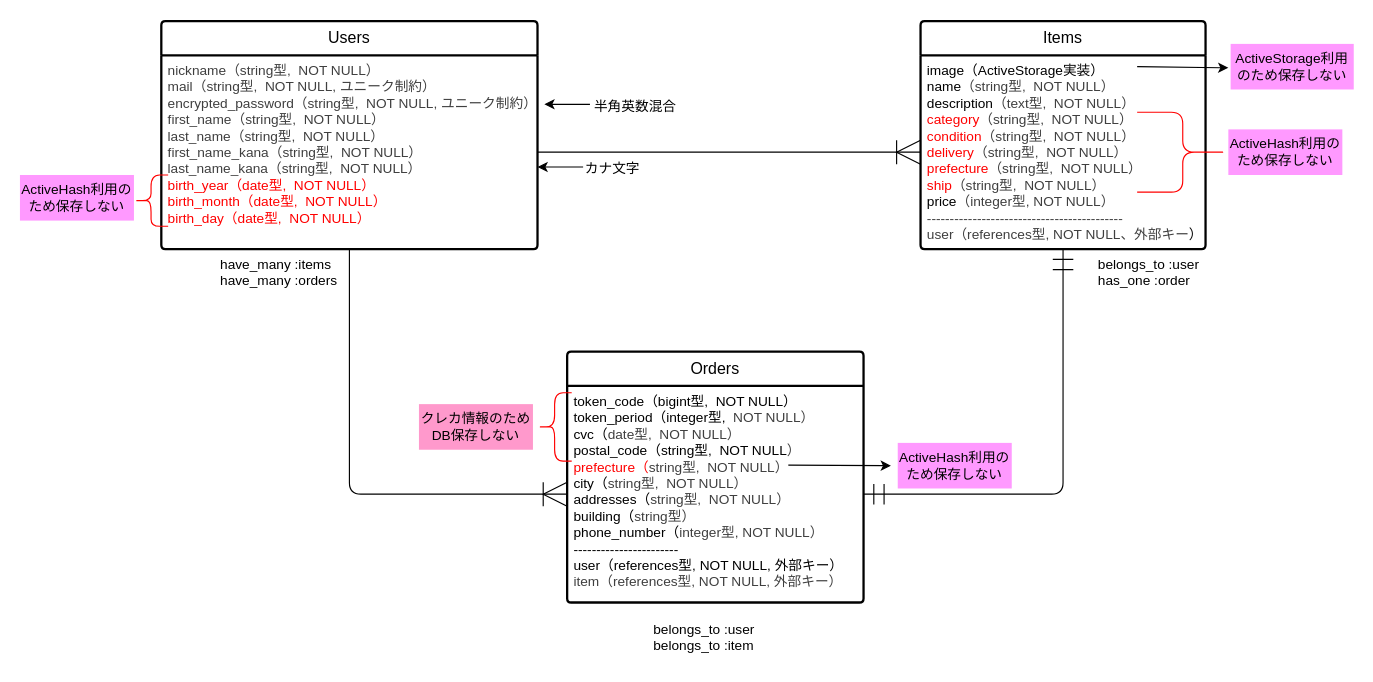
Earlier version of the draw.io diagram ER.dio (tarbow-M/furima-46539). Source tidied: cells renumbered, new cells numbered last; positions are measured from the earlier drawing's top-left corner, leaving out a move shared by most shapes. Both pictures are drawn from the tidied source at 114%, with x=0, y=0 at pixel (19, 21).
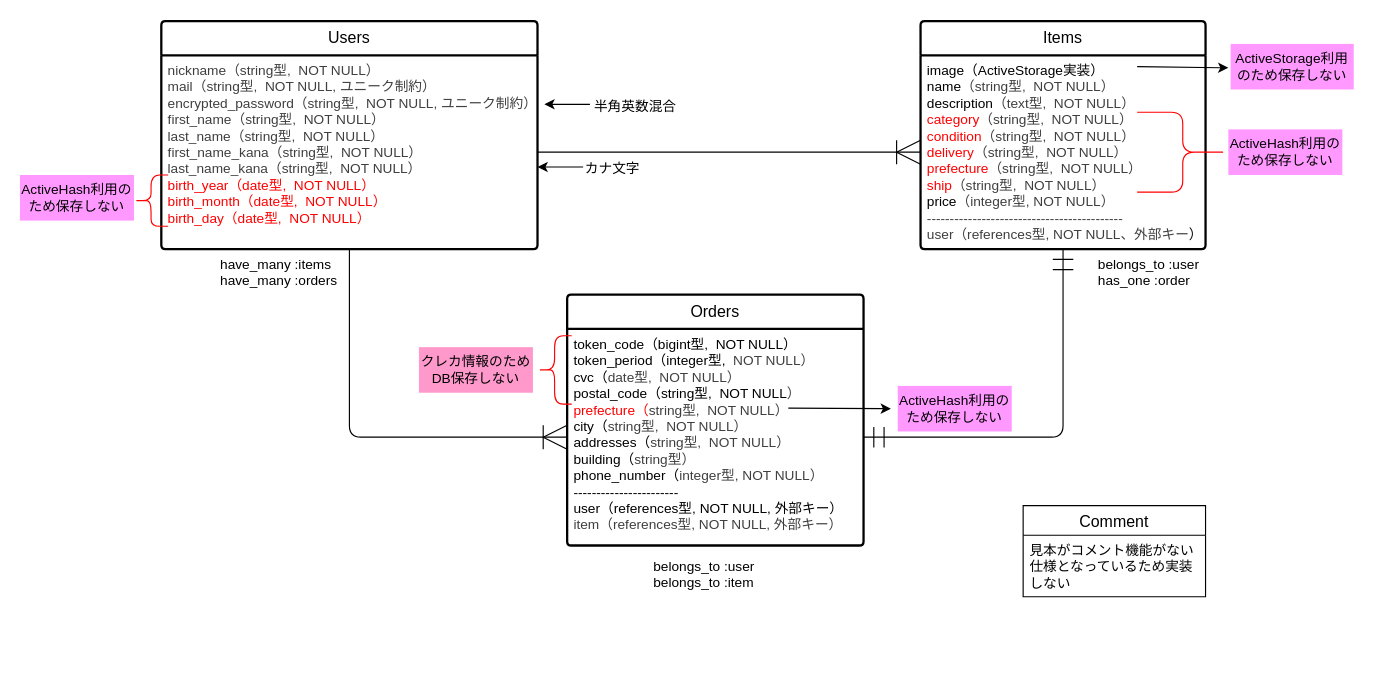
Above is the later version.

Commit message:
データベース設計_修正1

【what】
ER図、READMEを作成したためコードレビューのほどお願いいたします。
（コメントテーブルを今回作成しない旨をER図に追加いたしました。修正1からご確認いただければと思います。）

【why】
データベース設計のため

【ER図URL】

The edit, as a diff of the source:
```diff
@@
     <mxCell id="7" value="Orders" style="swimlane;horizontal=1;startSize=30;rounded=1;fontSize=14;fontStyle=0;strokeWidth=2;shadow=0;dashed=0;align=center;arcSize=4;whiteSpace=wrap;html=1;" parent="1" vertex="1">
-      <mxGeometry x="480" y="290" width="260" height="220" as="geometry" />
+      <mxGeometry x="480" y="240" width="260" height="220" as="geometry" />
     </mxCell>
@@
     <mxCell id="15" value="belongs_to :user&lt;div&gt;&lt;span style=&quot;color: rgb(0, 0, 0);&quot;&gt;belongs_to :item&lt;/span&gt;&lt;/div&gt;" style="text;strokeColor=none;fillColor=none;spacingLeft=4;spacingRight=4;overflow=hidden;fontSize=12;whiteSpace=wrap;html=1;" parent="1" vertex="1">
-      <mxGeometry x="550" y="520" width="120" height="40" as="geometry" />
+      <mxGeometry x="550" y="465" width="120" height="40" as="geometry" />
     </mxCell>
     <mxCell id="16" style="shape=curlyBracket;whiteSpace=wrap;html=1;rounded=1;labelPosition=left;verticalLabelPosition=middle;align=right;verticalAlign=middle;strokeColor=#FF0000;" parent="1" vertex="1">
-      <mxGeometry x="454" y="326" width="30" height="60" as="geometry" />
+      <mxGeometry x="454" y="276" width="30" height="60" as="geometry" />
     </mxCell>
     <mxCell id="17" value="クレカ情報のためDB保存しない" style="text;html=1;strokeColor=none;fillColor=#FF99CC;align=center;verticalAlign=middle;whiteSpace=wrap;overflow=hidden;" parent="1" vertex="1">
-      <mxGeometry x="350" y="336" width="100" height="40" as="geometry" />
+      <mxGeometry x="350" y="286" width="100" height="40" as="geometry" />
     </mxCell>
@@
     <mxCell id="24" value="ActiveHash利用のため保存しない" style="text;html=1;strokeColor=none;fillColor=#FF99FF;align=center;verticalAlign=middle;whiteSpace=wrap;overflow=hidden;" parent="1" vertex="1">
-      <mxGeometry x="770" y="370" width="100" height="40" as="geometry" />
+      <mxGeometry x="770" y="320" width="100" height="40" as="geometry" />
     </mxCell>
     <mxCell id="25" style="endArrow=classic;html=1;" parent="1" edge="1">
       <mxGeometry relative="1" as="geometry">
-        <mxPoint x="674" y="389.5" as="sourcePoint" />
-        <mxPoint x="764" y="390" as="targetPoint" />
+        <mxPoint x="674" y="339.5" as="sourcePoint" />
+        <mxPoint x="764" y="340" as="targetPoint" />
       </mxGeometry>
     </mxCell>
@@
+    <mxCell id="29" value="Comment" style="swimlane;fontStyle=0;horizontal=1;startSize=26;align=center;fontSize=14;shadow=0;" parent="1" vertex="1">
+      <mxGeometry x="880" y="425" width="160" height="80" as="geometry" />
+    </mxCell>
+    <mxCell id="30" value="見本がコメント機能がない仕様となっているため実装しない" style="text;strokeColor=none;fillColor=none;spacingLeft=4;spacingRight=4;overflow=hidden;fontSize=12;whiteSpace=wrap;html=1;" parent="29" vertex="1">
+      <mxGeometry y="26" width="160" height="54" as="geometry" />
+    </mxCell>
```
